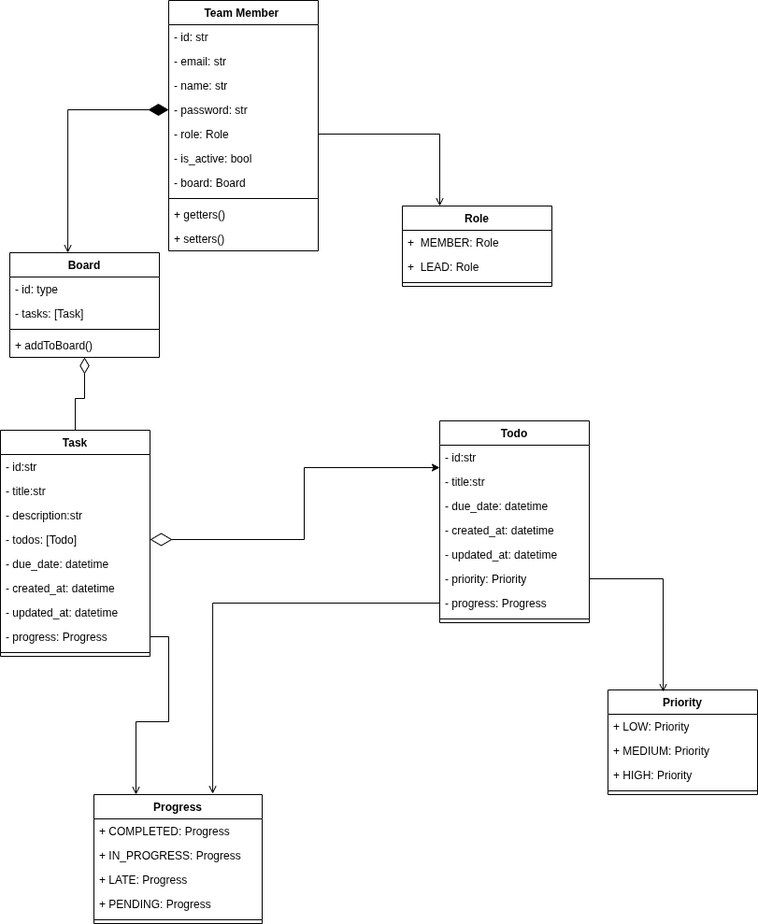
Before: diagrams/Team_task_board_uml.png, a diagram exported from draw.io (BobotheFiend/Team-Task-Board---Mini-Trello). Source tidied: cells renumbered, new cells last; positions are measured from the earlier drawing's top-left corner, leaving out a move shared by most shapes.
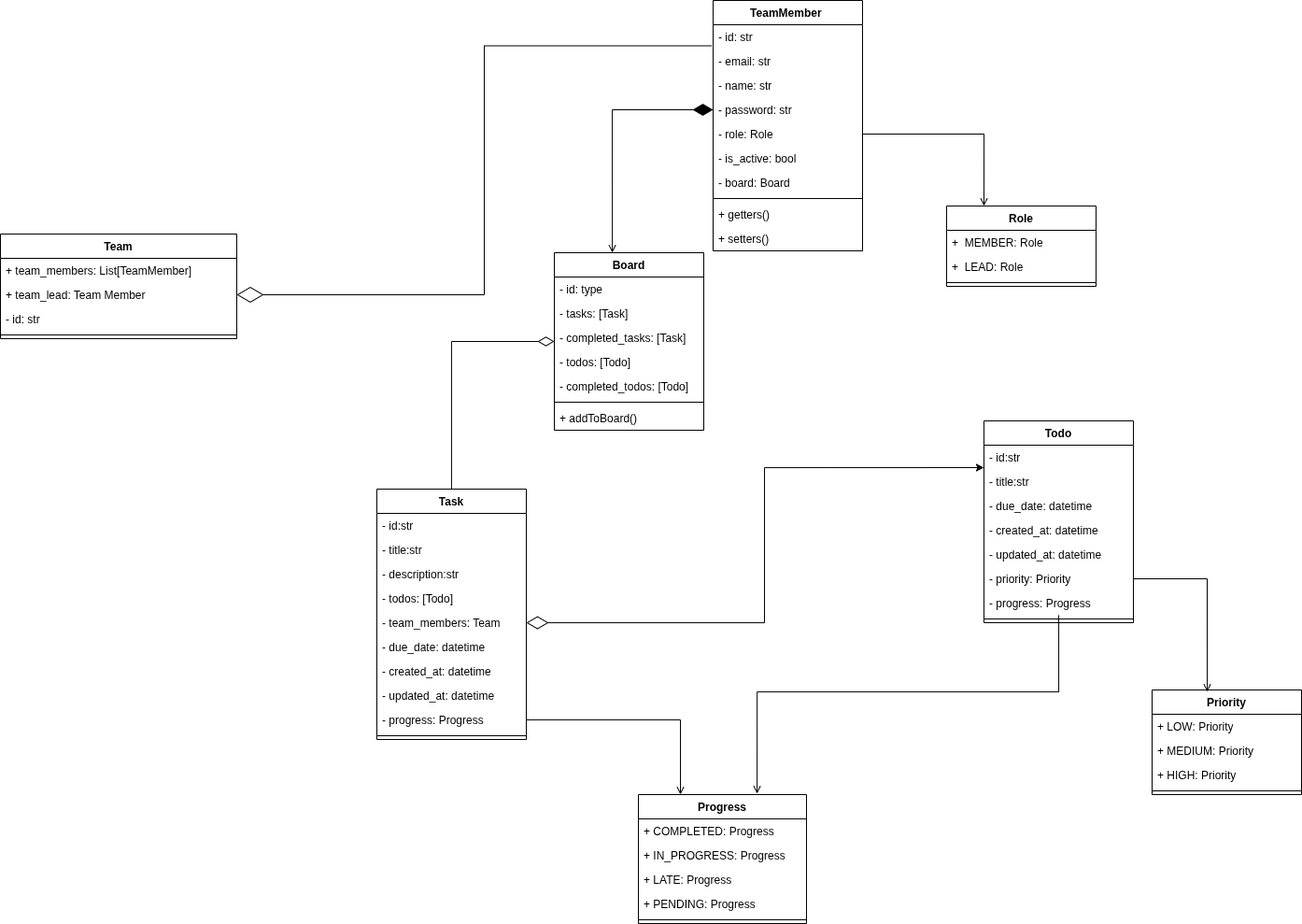
After the change.

Commit message:
added usecase diagram, updated, uml diagram, updated models.

The edit, as a diff of the source:
```diff
@@ -2,7 +2,7 @@
   <root>
     <mxCell id="0" />
     <mxCell id="1" parent="0" />
-    <mxCell id="2" value="Team Member&amp;nbsp;" style="swimlane;fontStyle=1;align=center;verticalAlign=top;horizontal=1;startSize=26;whiteSpace=wrap;html=1;" parent="1" vertex="1">
+    <mxCell id="2" value="TeamMember&amp;nbsp;" style="swimlane;fontStyle=1;align=center;verticalAlign=top;horizontal=1;startSize=26;whiteSpace=wrap;html=1;" parent="1" vertex="1">
       <mxGeometry x="180" width="160" height="268" as="geometry" />
     </mxCell>
     <mxCell id="3" value="- id: str" style="text;strokeColor=none;fillColor=none;align=left;verticalAlign=top;spacingLeft=4;spacingRight=4;overflow=hidden;whiteSpace=wrap;html=1;" parent="2" vertex="1">
@@ -54,7 +54,7 @@
       <mxGeometry relative="1" as="geometry" />
     </mxCell>
     <mxCell id="19" value="Board" style="swimlane;fontStyle=1;align=center;verticalAlign=top;horizontal=1;startSize=26;whiteSpace=wrap;html=1;" parent="1" vertex="1">
-      <mxGeometry x="10" y="270" width="160" height="112" as="geometry" />
+      <mxGeometry x="10" y="270" width="160" height="190" as="geometry" />
     </mxCell>
     <mxCell id="20" value="- id: type" style="text;strokeColor=none;fillColor=none;align=left;verticalAlign=top;spacingLeft=4;spacingRight=4;overflow=hidden;whiteSpace=wrap;html=1;" parent="19" vertex="1">
       <mxGeometry y="26" width="160" height="26" as="geometry" />
@@ -62,14 +62,23 @@
     <mxCell id="21" value="- tasks: [Task]" style="text;strokeColor=none;fillColor=none;align=left;verticalAlign=top;spacingLeft=4;spacingRight=4;overflow=hidden;whiteSpace=wrap;html=1;" parent="19" vertex="1">
       <mxGeometry y="52" width="160" height="26" as="geometry" />
     </mxCell>
+    <mxCell id="59" value="- completed_tasks: [Task]" style="text;strokeColor=none;fillColor=none;align=left;verticalAlign=top;spacingLeft=4;spacingRight=4;overflow=hidden;whiteSpace=wrap;html=1;" parent="19" vertex="1">
+      <mxGeometry y="78" width="160" height="26" as="geometry" />
+    </mxCell>
+    <mxCell id="60" value="- todos: [Todo]" style="text;strokeColor=none;fillColor=none;align=left;verticalAlign=top;spacingLeft=4;spacingRight=4;overflow=hidden;whiteSpace=wrap;html=1;" parent="19" vertex="1">
+      <mxGeometry y="104" width="160" height="26" as="geometry" />
+    </mxCell>
+    <mxCell id="61" value="- completed_todos: [Todo]" style="text;strokeColor=none;fillColor=none;align=left;verticalAlign=top;spacingLeft=4;spacingRight=4;overflow=hidden;whiteSpace=wrap;html=1;" parent="19" vertex="1">
+      <mxGeometry y="130" width="160" height="26" as="geometry" />
+    </mxCell>
     <mxCell id="22" style="line;strokeWidth=1;fillColor=none;align=left;verticalAlign=middle;spacingTop=-1;spacingLeft=3;spacingRight=3;labelPosition=right;strokeColor=inherit;" parent="19" vertex="1">
-      <mxGeometry y="78" width="160" height="8" as="geometry" />
+      <mxGeometry y="156" width="160" height="8" as="geometry" />
     </mxCell>
     <mxCell id="23" value="+ addToBoard()" style="text;strokeColor=none;fillColor=none;align=left;verticalAlign=top;spacingLeft=4;spacingRight=4;overflow=hidden;whiteSpace=wrap;html=1;" parent="19" vertex="1">
-      <mxGeometry y="86" width="160" height="26" as="geometry" />
+      <mxGeometry y="164" width="160" height="26" as="geometry" />
     </mxCell>
     <mxCell id="24" value="Task" style="swimlane;fontStyle=1;align=center;verticalAlign=top;horizontal=1;startSize=26;whiteSpace=wrap;html=1;" parent="1" vertex="1">
-      <mxGeometry y="460" width="160" height="242" as="geometry" />
+      <mxGeometry x="-180" y="523" width="160" height="268" as="geometry" />
     </mxCell>
     <mxCell id="25" value="- id:str" style="text;strokeColor=none;fillColor=none;align=left;verticalAlign=top;spacingLeft=4;spacingRight=4;overflow=hidden;whiteSpace=wrap;html=1;" parent="24" vertex="1">
       <mxGeometry y="26" width="160" height="26" as="geometry" />
@@ -80,23 +89,26 @@
     <mxCell id="27" value="- description:str" style="text;strokeColor=none;fillColor=none;align=left;verticalAlign=top;spacingLeft=4;spacingRight=4;overflow=hidden;whiteSpace=wrap;html=1;" parent="24" vertex="1">
       <mxGeometry y="78" width="160" height="26" as="geometry" />
     </mxCell>
+    <mxCell id="62" value="- todos: [Todo]" style="text;strokeColor=none;fillColor=none;align=left;verticalAlign=top;spacingLeft=4;spacingRight=4;overflow=hidden;whiteSpace=wrap;html=1;" parent="24" vertex="1">
+      <mxGeometry y="104" width="160" height="26" as="geometry" />
+    </mxCell>
-    <mxCell id="28" value="- todos: [Todo]" style="text;strokeColor=none;fillColor=none;align=left;verticalAlign=top;spacingLeft=4;spacingRight=4;overflow=hidden;points=[[0,0.5],[1,0.5]];portConstraint=eastwest;whiteSpace=wrap;html=1;" parent="24" vertex="1">
-      <mxGeometry y="104" width="160" height="26" as="geometry" />
+    <mxCell id="28" value="- team_members: Team" style="text;strokeColor=none;fillColor=none;align=left;verticalAlign=top;spacingLeft=4;spacingRight=4;overflow=hidden;points=[[0,0.5],[1,0.5]];portConstraint=eastwest;whiteSpace=wrap;html=1;" parent="24" vertex="1">
+      <mxGeometry y="130" width="160" height="26" as="geometry" />
     </mxCell>
     <mxCell id="29" value="- due_date: datetime" style="text;strokeColor=none;fillColor=none;align=left;verticalAlign=top;spacingLeft=4;spacingRight=4;overflow=hidden;whiteSpace=wrap;html=1;" parent="24" vertex="1">
-      <mxGeometry y="130" width="160" height="26" as="geometry" />
+      <mxGeometry y="156" width="160" height="26" as="geometry" />
     </mxCell>
     <mxCell id="30" value="- created_at: datetime" style="text;strokeColor=none;fillColor=none;align=left;verticalAlign=top;spacingLeft=4;spacingRight=4;overflow=hidden;whiteSpace=wrap;html=1;" parent="24" vertex="1">
-      <mxGeometry y="156" width="160" height="26" as="geometry" />
+      <mxGeometry y="182" width="160" height="26" as="geometry" />
     </mxCell>
     <mxCell id="31" value="- updated_at: datetime" style="text;strokeColor=none;fillColor=none;align=left;verticalAlign=top;spacingLeft=4;spacingRight=4;overflow=hidden;whiteSpace=wrap;html=1;" parent="24" vertex="1">
-      <mxGeometry y="182" width="160" height="26" as="geometry" />
+      <mxGeometry y="208" width="160" height="26" as="geometry" />
     </mxCell>
     <mxCell id="32" value="- progress: Progress" style="text;strokeColor=none;fillColor=none;align=left;verticalAlign=top;spacingLeft=4;spacingRight=4;overflow=hidden;points=[[0,0.5],[1,0.5]];portConstraint=eastwest;whiteSpace=wrap;html=1;" parent="24" vertex="1">
-      <mxGeometry y="208" width="160" height="26" as="geometry" />
+      <mxGeometry y="234" width="160" height="26" as="geometry" />
     </mxCell>
     <mxCell id="33" style="line;strokeWidth=1;fillColor=none;align=left;verticalAlign=middle;spacingTop=-1;spacingLeft=3;spacingRight=3;labelPosition=right;strokeColor=inherit;" parent="24" vertex="1">
-      <mxGeometry y="234" width="160" height="8" as="geometry" />
+      <mxGeometry y="260" width="160" height="8" as="geometry" />
     </mxCell>
     <mxCell id="34" value="Todo" style="swimlane;fontStyle=1;align=center;verticalAlign=top;horizontal=1;startSize=26;whiteSpace=wrap;html=1;" parent="1" vertex="1">
       <mxGeometry x="470" y="450" width="160" height="216" as="geometry" />
@@ -162,7 +174,12 @@
       <mxGeometry relative="1" as="geometry" />
     </mxCell>
     <mxCell id="55" style="edgeStyle=orthogonalEdgeStyle;rounded=0;jettySize=auto;html=1;entryX=0.706;entryY=-0.007;entryDx=0;entryDy=0;entryPerimeter=0;endArrow=open;endFill=0;" parent="1" edge="1" source="41" target="48">
-      <mxGeometry relative="1" as="geometry" />
+      <mxGeometry relative="1" as="geometry">
+        <Array as="points">
+          <mxPoint x="550" y="740" />
+          <mxPoint x="227" y="740" />
+        </Array>
+      </mxGeometry>
     </mxCell>
     <mxCell id="56" style="edgeStyle=orthogonalEdgeStyle;rounded=0;jettySize=auto;html=1;entryX=0.25;entryY=0;entryDx=0;entryDy=0;endArrow=open;endFill=0;" parent="1" edge="1" source="32" target="48">
       <mxGeometry relative="1" as="geometry" />
@@ -173,5 +190,23 @@
     <mxCell id="58" style="edgeStyle=orthogonalEdgeStyle;rounded=0;jettySize=auto;html=1;entryX=0.388;entryY=0;entryDx=0;entryDy=0;entryPerimeter=0;endArrow=open;endFill=0;startArrow=diamondThin;startFill=1;startSize=19;" parent="1" edge="1" source="6" target="19">
       <mxGeometry relative="1" as="geometry" />
     </mxCell>
+    <mxCell id="63" value="Team" style="swimlane;fontStyle=1;align=center;verticalAlign=top;horizontal=1;startSize=26;whiteSpace=wrap;html=1;" parent="1" vertex="1">
+      <mxGeometry x="-583" y="250" width="253" height="112" as="geometry" />
+    </mxCell>
+    <mxCell id="64" value="+ team_members: List[TeamMember]" style="text;strokeColor=none;fillColor=none;align=left;verticalAlign=top;spacingLeft=4;spacingRight=4;overflow=hidden;whiteSpace=wrap;html=1;" parent="63" vertex="1">
+      <mxGeometry y="26" width="253" height="26" as="geometry" />
+    </mxCell>
+    <mxCell id="65" value="+ team_lead: Team Member" style="text;strokeColor=none;fillColor=none;align=left;verticalAlign=top;spacingLeft=4;spacingRight=4;overflow=hidden;points=[[0,0.5],[1,0.5]];portConstraint=eastwest;whiteSpace=wrap;html=1;" parent="63" vertex="1">
+      <mxGeometry y="52" width="253" height="26" as="geometry" />
+    </mxCell>
+    <mxCell id="66" value="- id: str" style="text;strokeColor=none;fillColor=none;align=left;verticalAlign=top;spacingLeft=4;spacingRight=4;overflow=hidden;whiteSpace=wrap;html=1;" parent="63" vertex="1">
+      <mxGeometry y="78" width="253" height="26" as="geometry" />
+    </mxCell>
+    <mxCell id="67" style="line;strokeWidth=1;fillColor=none;align=left;verticalAlign=middle;spacingTop=-1;spacingLeft=3;spacingRight=3;labelPosition=right;strokeColor=inherit;" parent="63" vertex="1">
+      <mxGeometry y="104" width="253" height="8" as="geometry" />
+    </mxCell>
+    <mxCell id="68" style="edgeStyle=orthogonalEdgeStyle;rounded=0;jettySize=auto;html=1;entryX=-0.012;entryY=-0.133;entryDx=0;entryDy=0;entryPerimeter=0;startArrow=diamondThin;startFill=0;endSize=13;startSize=26;endArrow=none;endFill=0;" parent="1" edge="1" source="65" target="4">
+      <mxGeometry relative="1" as="geometry" />
+    </mxCell>
   </root>
 </mxGraphModel>
```
